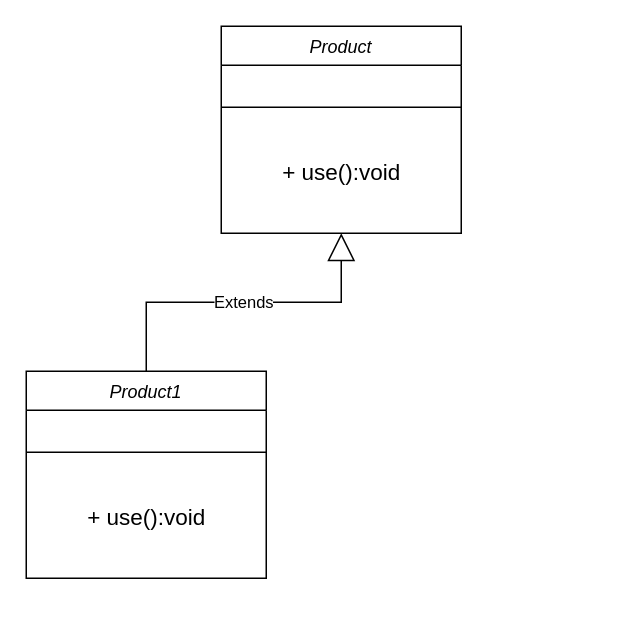
qiuquanhui/images keeps this draw.io diagram as 抽象工厂模式.drawio. Above is the earlier version. Source tidied: cells renumbered, new cells numbered last; positions are measured from the earlier drawing's top-left corner, leaving out a move shared by most shapes. Both pictures are drawn from the tidied source at 150%, with x=0, y=0 at pixel (26, 26).
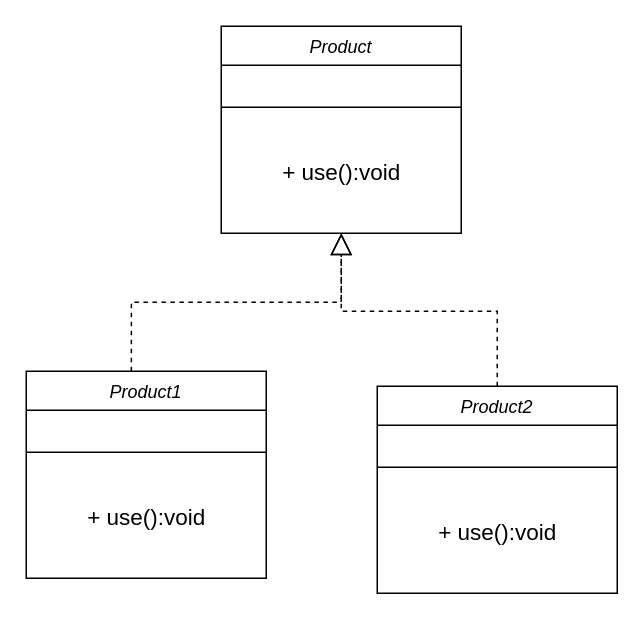
Above is the later version.

Commit message (it also covers changes not shown here):
更新抽象工厂模式.drawio

What changed in the source:
```diff
@@
 <mxGraphModel>
   <root>
     <mxCell id="0" />
     <mxCell id="1" parent="0" />
     <mxCell id="2" value="Product" style="swimlane;fontStyle=2;align=center;verticalAlign=top;horizontal=1;startSize=26;rounded=0;shadow=0;strokeWidth=1;" parent="1" vertex="1">
       <mxGeometry x="130" width="160" height="138" as="geometry" />
     </mxCell>
     <mxCell id="3" style="line;html=1;strokeWidth=1;align=left;verticalAlign=middle;spacingTop=-1;spacingLeft=3;spacingRight=3;labelPosition=right;" parent="2" vertex="1">
       <mxGeometry y="26" width="160" height="56" as="geometry" />
     </mxCell>
     <mxCell id="4" value="&lt;font style=&quot;font-size: 15px;&quot;&gt;+ use():void&lt;/font&gt;" style="text;html=1;align=center;verticalAlign=middle;strokeColor=none;fillColor=none;" parent="2" vertex="1">
       <mxGeometry y="82" width="160" height="30" as="geometry" />
     </mxCell>
     <mxCell id="5" value="Product1" style="swimlane;fontStyle=2;align=center;verticalAlign=top;horizontal=1;startSize=26;rounded=0;shadow=0;strokeWidth=1;" parent="1" vertex="1">
       <mxGeometry y="230" width="160" height="138" as="geometry" />
     </mxCell>
     <mxCell id="6" style="line;html=1;strokeWidth=1;align=left;verticalAlign=middle;spacingTop=-1;spacingLeft=3;spacingRight=3;labelPosition=right;" parent="5" vertex="1">
       <mxGeometry y="26" width="160" height="56" as="geometry" />
     </mxCell>
     <mxCell id="7" value="&lt;font style=&quot;font-size: 15px;&quot;&gt;+ use():void&lt;/font&gt;" style="text;html=1;align=center;verticalAlign=middle;strokeColor=none;fillColor=none;" parent="5" vertex="1">
       <mxGeometry y="82" width="160" height="30" as="geometry" />
     </mxCell>
-    <mxCell id="8" value="Extends" style="endArrow=block;endSize=16;endFill=0;html=1;rounded=0;entryX=0.5;entryY=1;entryDx=0;entryDy=0;exitX=0.5;exitY=0;exitDx=0;exitDy=0;edgeStyle=orthogonalEdgeStyle;" parent="1" edge="1" source="5" target="2">
+    <mxCell id="8" style="endArrow=block;dashed=1;endFill=0;endSize=12;html=1;rounded=0;exitX=0.438;exitY=0;exitDx=0;exitDy=0;exitPerimeter=0;entryX=0.5;entryY=1;entryDx=0;entryDy=0;edgeStyle=orthogonalEdgeStyle;" parent="1" edge="1" source="5" target="2">
       <mxGeometry relative="1" as="geometry" />
     </mxCell>
+    <mxCell id="9" value="Product2" style="swimlane;fontStyle=2;align=center;verticalAlign=top;horizontal=1;startSize=26;rounded=0;shadow=0;strokeWidth=1;" parent="1" vertex="1">
+      <mxGeometry x="234" y="240" width="160" height="138" as="geometry" />
+    </mxCell>
+    <mxCell id="10" style="line;html=1;strokeWidth=1;align=left;verticalAlign=middle;spacingTop=-1;spacingLeft=3;spacingRight=3;labelPosition=right;" parent="9" vertex="1">
+      <mxGeometry y="26" width="160" height="56" as="geometry" />
+    </mxCell>
+    <mxCell id="11" value="&lt;font style=&quot;font-size: 15px;&quot;&gt;+ use():void&lt;/font&gt;" style="text;html=1;align=center;verticalAlign=middle;strokeColor=none;fillColor=none;" parent="9" vertex="1">
+      <mxGeometry y="82" width="160" height="30" as="geometry" />
+    </mxCell>
+    <mxCell id="12" style="endArrow=block;dashed=1;endFill=0;endSize=12;html=1;rounded=0;exitX=0.5;exitY=0;exitDx=0;exitDy=0;entryX=0.5;entryY=1;entryDx=0;entryDy=0;edgeStyle=orthogonalEdgeStyle;" parent="1" edge="1" source="9" target="2">
+      <mxGeometry relative="1" as="geometry">
+        <Array as="points">
+          <mxPoint x="314" y="190" />
+          <mxPoint x="210" y="190" />
+        </Array>
+      </mxGeometry>
+    </mxCell>
   </root>
 </mxGraphModel>
```
